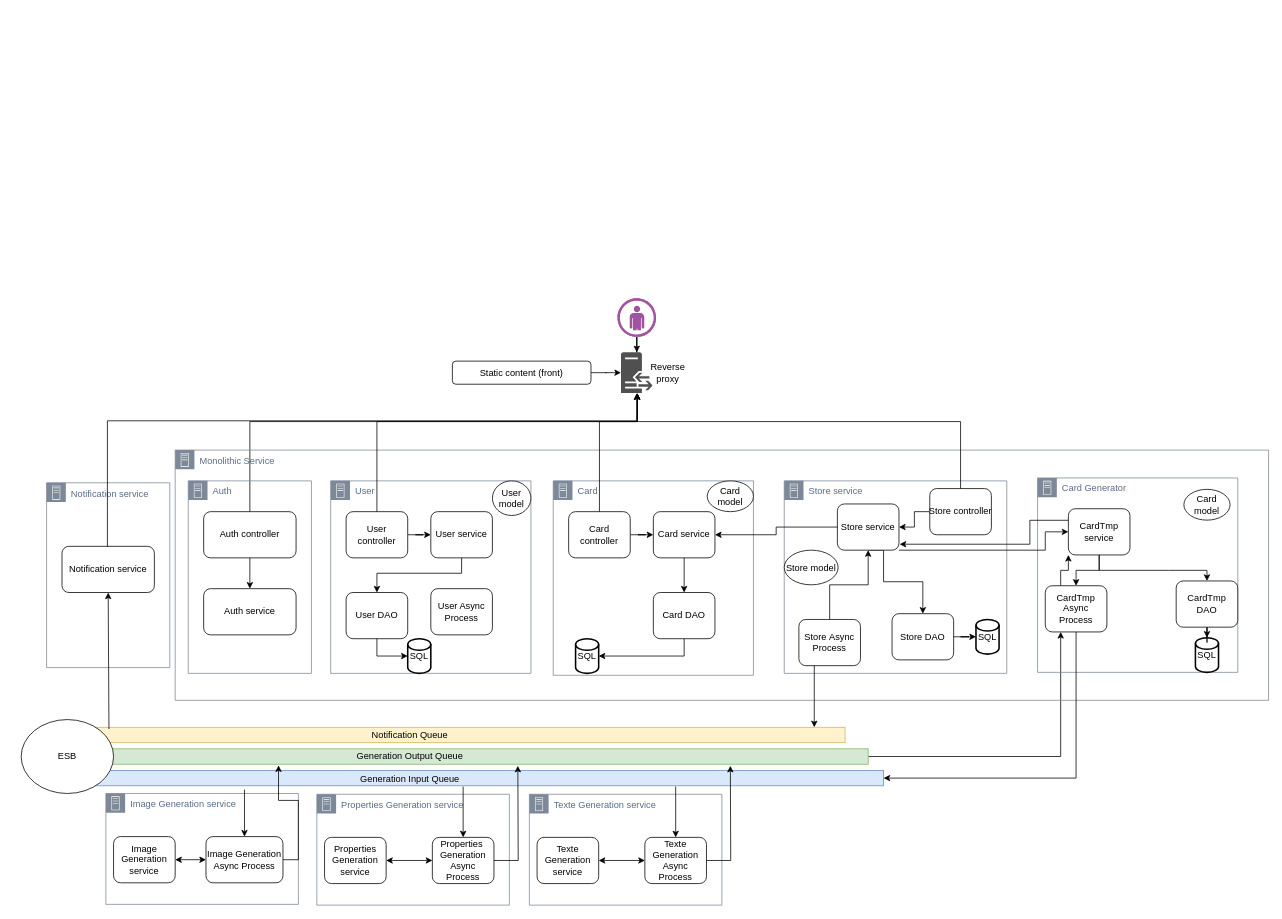
jo-pouradier/card-game-async keeps this draw.io diagram as architecture_diagram.drawio. Above is the earlier version. Source tidied: cells renumbered, new cells numbered last; positions are measured from the earlier drawing's top-left corner, leaving out a move shared by most shapes. Both pictures are drawn from the tidied source at 77%, with x=0, y=0 at pixel (21, 298).
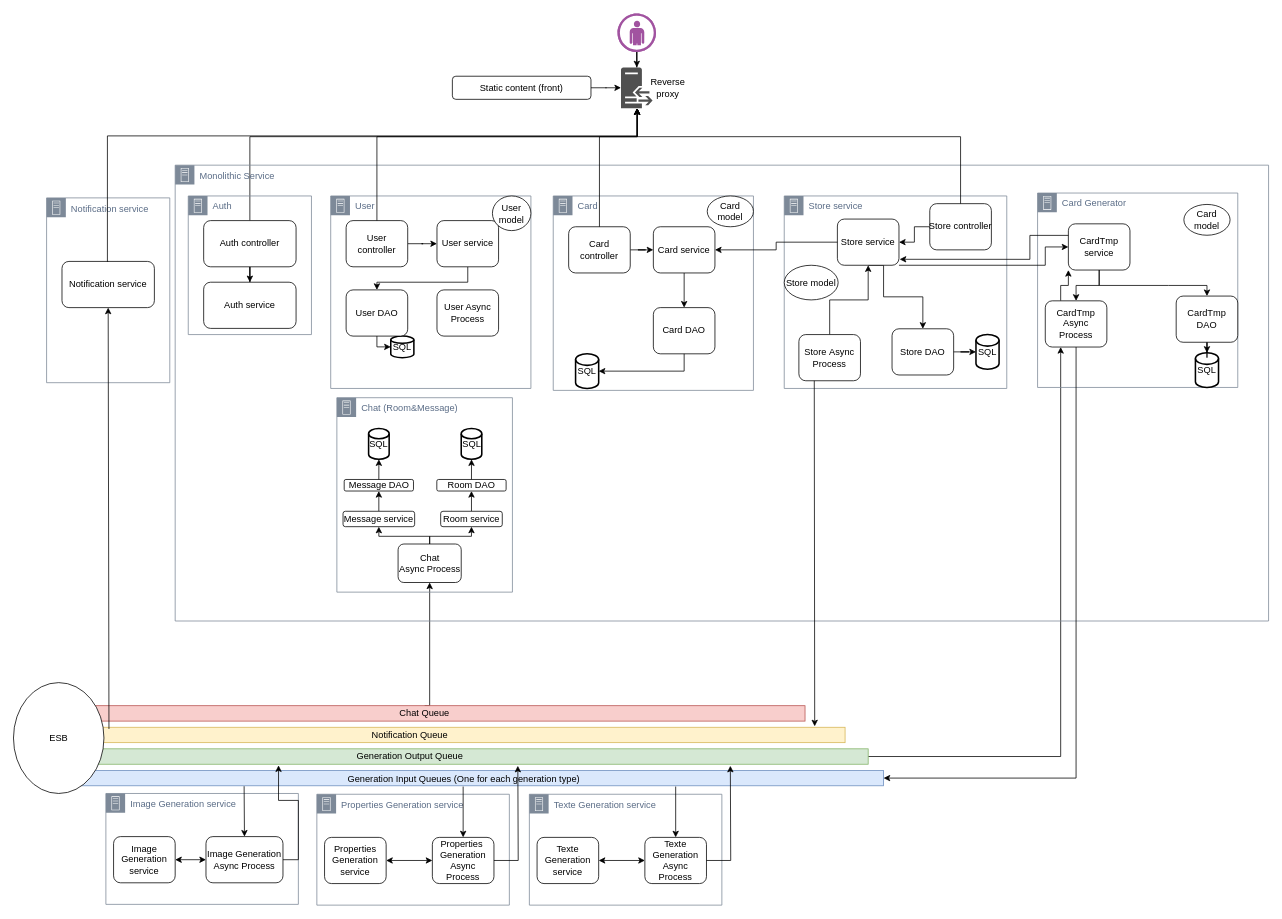
The same page after the edit.

Commit message:
update architecture diagram: add chat history service

The change refers to these unchanged cells:
```xml
<mxCell id="3" style="rounded=0;whiteSpace=wrap;html=1;fillColor=#fff2cc;strokeColor=#d6b656;" parent="1" vertex="1">
  <mxGeometry x="32" y="557" width="1038" height="20" as="geometry" />
</mxCell>
<mxCell id="6" style="rounded=0;whiteSpace=wrap;html=1;fillColor=#dae8fc;strokeColor=#6c8ebf;" parent="1" vertex="1">
  <mxGeometry x="33" y="613" width="1087" height="20" as="geometry" />
</mxCell>
<mxCell id="11" value="Notification service" style="rounded=1;whiteSpace=wrap;html=1;" parent="10" vertex="1">
  <mxGeometry x="20" y="82.5" width="120" height="60" as="geometry" />
</mxCell>
<mxCell id="16" value="Image&amp;nbsp;Generation Async Process" style="rounded=1;whiteSpace=wrap;html=1;" parent="14" vertex="1">
  <mxGeometry x="130" y="56" width="100" height="60" as="geometry" />
</mxCell>
<mxCell id="25" value="User" style="gradientColor=none;html=1;whiteSpace=wrap;fontSize=12;fontStyle=0;shape=mxgraph.aws4.group;grIcon=mxgraph.aws4.group_on_premise;strokeColor=#7D8998;fillColor=none;verticalAlign=top;align=left;spacingLeft=30;fontColor=#5A6C86;dashed=0;" parent="20" vertex="1">
  <mxGeometry x="202" y="40" width="260" height="250" as="geometry" />
</mxCell>
<mxCell id="37" value="Card controller" style="rounded=1;whiteSpace=wrap;html=1;" parent="35" vertex="1">
  <mxGeometry x="20" y="40" width="80" height="60" as="geometry" />
</mxCell>
<mxCell id="46" value="Store&amp;nbsp;controller" style="rounded=1;whiteSpace=wrap;html=1;" parent="44" vertex="1">
  <mxGeometry x="189" y="10" width="80" height="60" as="geometry" />
</mxCell>
<mxCell id="50" value="Store&amp;nbsp;Async Process" style="rounded=1;whiteSpace=wrap;html=1;" parent="44" vertex="1">
  <mxGeometry x="19" y="180" width="80" height="60" as="geometry" />
</mxCell>
```

What changed in the source:
```diff
@@
+    <mxCell id="92" style="edgeStyle=orthogonalEdgeStyle;rounded=0;jettySize=auto;html=1;exitX=0.5;exitY=0;exitDx=0;exitDy=0;entryX=0.5;entryY=1;entryDx=0;entryDy=0;" parent="1" edge="1" source="93" target="102">
+      <mxGeometry relative="1" as="geometry">
+        <Array as="points">
+          <mxPoint x="530" y="529" />
+          <mxPoint x="530" y="369" />
+        </Array>
+      </mxGeometry>
+    </mxCell>
+    <mxCell id="93" value="Chat Queue" style="rounded=0;whiteSpace=wrap;html=1;fillColor=#f8cecc;strokeColor=#b85450;" parent="1" vertex="1">
+      <mxGeometry x="30" y="529" width="988" height="20" as="geometry" />
+    </mxCell>
     <mxCell id="2" style="edgeStyle=orthogonalEdgeStyle;rounded=0;jettySize=auto;html=1;exitX=0.5;exitY=0;exitDx=0;exitDy=0;" parent="1" edge="1" source="23" target="9">
       <mxGeometry relative="1" as="geometry">
         <Array as="points">
-          <mxPoint x="297" y="160" />
-          <mxPoint x="800" y="160" />
+          <mxPoint x="297" y="-210" />
+          <mxPoint x="800" y="-210" />
         </Array>
       </mxGeometry>
     </mxCell>
@@
     <mxCell id="8" style="verticalLabelPosition=bottom;sketch=0;html=1;fillColor=#A153A0;strokeColor=#ffffff;verticalAlign=top;align=center;points=[[0,0.5,0],[0.125,0.25,0],[0.25,0,0],[0.5,0,0],[0.75,0,0],[0.875,0.25,0],[1,0.5,0],[0.875,0.75,0],[0.75,1,0],[0.5,1,0],[0.125,0.75,0]];shape=mxgraph.cisco_safe.compositeIcon;bgIcon=ellipse;resIcon=mxgraph.cisco_safe.design.user;" parent="1" vertex="1">
-      <mxGeometry x="774.5" width="50" height="50" as="geometry" />
+      <mxGeometry x="774.5" y="-370" width="50" height="50" as="geometry" />
     </mxCell>
     <mxCell id="9" style="sketch=0;shadow=0;dashed=0;html=1;strokeColor=none;fillColor=#505050;labelPosition=center;verticalLabelPosition=bottom;verticalAlign=top;outlineConnect=0;align=center;shape=mxgraph.office.servers.reverse_proxy;" parent="1" vertex="1">
-      <mxGeometry x="779" y="70" width="41" height="53" as="geometry" />
+      <mxGeometry x="779" y="-300" width="41" height="53" as="geometry" />
     </mxCell>
     <mxCell id="10" value="Notification service" style="gradientColor=none;html=1;whiteSpace=wrap;fontSize=12;fontStyle=0;shape=mxgraph.aws4.group;grIcon=mxgraph.aws4.group_on_premise;strokeColor=#7D8998;fillColor=none;verticalAlign=top;align=left;spacingLeft=30;fontColor=#5A6C86;dashed=0;" parent="1" vertex="1">
-      <mxGeometry x="33" y="239.5" width="160" height="240" as="geometry" />
+      <mxGeometry x="33" y="-130.5" width="160" height="240" as="geometry" />
     </mxCell>
@@
     <mxCell id="13" value="Static content (front)" style="rounded=1;whiteSpace=wrap;html=1;" parent="1" vertex="1">
-      <mxGeometry x="560" y="81.5" width="180" height="30" as="geometry" />
+      <mxGeometry x="560" y="-288.5" width="180" height="30" as="geometry" />
     </mxCell>
@@
+    <mxCell id="19" style="endArrow=classic;html=1;rounded=0;entryX=0.5;entryY=1;entryDx=0;entryDy=0;exitX=0.079;exitY=0.111;exitDx=0;exitDy=0;exitPerimeter=0;" parent="1" edge="1" source="3" target="11">
+      <mxGeometry relative="1" as="geometry" />
+    </mxCell>
     <mxCell id="18" value="ESB" style="ellipse;whiteSpace=wrap;html=1;fillColor=default;" parent="1" vertex="1">
-      <mxGeometry y="547" width="120" height="96" as="geometry" />
+      <mxGeometry x="-10" y="499" width="117.5" height="144" as="geometry" />
     </mxCell>
-    <mxCell id="19" style="endArrow=classic;html=1;rounded=0;entryX=0.5;entryY=1;entryDx=0;entryDy=0;exitX=0.079;exitY=0.111;exitDx=0;exitDy=0;exitPerimeter=0;" parent="1" edge="1" source="3" target="11">
-      <mxGeometry relative="1" as="geometry" />
-    </mxCell>
     <mxCell id="20" value="Monolithic Service" style="gradientColor=none;html=1;whiteSpace=wrap;fontSize=12;fontStyle=0;shape=mxgraph.aws4.group;grIcon=mxgraph.aws4.group_on_premise;strokeColor=#7D8998;fillColor=none;verticalAlign=top;align=left;spacingLeft=30;fontColor=#5A6C86;dashed=0;" parent="1" vertex="1">
-      <mxGeometry x="200" y="197" width="1420" height="325" as="geometry" />
+      <mxGeometry x="200" y="-173" width="1420" height="592" as="geometry" />
     </mxCell>
     <mxCell id="21" value="Auth" style="gradientColor=none;html=1;whiteSpace=wrap;fontSize=12;fontStyle=0;shape=mxgraph.aws4.group;grIcon=mxgraph.aws4.group_on_premise;strokeColor=#7D8998;fillColor=none;verticalAlign=top;align=left;spacingLeft=30;fontColor=#5A6C86;dashed=0;" parent="20" vertex="1">
-      <mxGeometry x="17" y="40" width="160" height="250" as="geometry" />
+      <mxGeometry x="17" y="40" width="160" height="180" as="geometry" />
     </mxCell>
@@
     <mxCell id="23" value="Auth controller" style="rounded=1;whiteSpace=wrap;html=1;" parent="21" vertex="1">
-      <mxGeometry x="20" y="40" width="120" height="60" as="geometry" />
+      <mxGeometry x="20" y="32" width="120" height="60" as="geometry" />
     </mxCell>
     <mxCell id="24" value="Auth service" style="rounded=1;whiteSpace=wrap;html=1;" parent="21" vertex="1">
-      <mxGeometry x="20" y="140" width="120" height="60" as="geometry" />
+      <mxGeometry x="20" y="112" width="120" height="60" as="geometry" />
     </mxCell>
@@
     <mxCell id="27" value="User controller" style="rounded=1;whiteSpace=wrap;html=1;" parent="25" vertex="1">
-      <mxGeometry x="20" y="40" width="80" height="60" as="geometry" />
+      <mxGeometry x="20" y="32" width="80" height="60" as="geometry" />
     </mxCell>
-    <mxCell id="28" style="edgeStyle=orthogonalEdgeStyle;rounded=0;jettySize=auto;html=1;entryX=0.5;entryY=0;entryDx=0;entryDy=0;" parent="25" edge="1" source="29" target="33">
+    <mxCell id="28" style="edgeStyle=orthogonalEdgeStyle;rounded=0;jettySize=auto;html=1;exitX=0.5;exitY=1;exitDx=0;exitDy=0;entryX=0.5;entryY=0;entryDx=0;entryDy=0;" parent="25" edge="1" source="29" target="33">
       <mxGeometry relative="1" as="geometry">
         <Array as="points">
-          <mxPoint x="170" y="120" />
-          <mxPoint x="60" y="120" />
+          <mxPoint x="178" y="112" />
+          <mxPoint x="60" y="112" />
         </Array>
       </mxGeometry>
     </mxCell>
     <mxCell id="29" value="User service" style="rounded=1;whiteSpace=wrap;html=1;" parent="25" vertex="1">
-      <mxGeometry x="130" y="40" width="80" height="60" as="geometry" />
+      <mxGeometry x="138" y="32" width="80" height="60" as="geometry" />
     </mxCell>
     <mxCell id="30" value="SQL" style="strokeWidth=2;html=1;shape=mxgraph.flowchart.database;whiteSpace=wrap;" parent="25" vertex="1">
-      <mxGeometry x="100" y="205" width="30" height="45" as="geometry" />
+      <mxGeometry x="78" y="182" width="30" height="28" as="geometry" />
     </mxCell>
     <mxCell id="31" value="User Async Process" style="rounded=1;whiteSpace=wrap;html=1;" parent="25" vertex="1">
-      <mxGeometry x="130" y="140" width="80" height="60" as="geometry" />
+      <mxGeometry x="138" y="122" width="80" height="60" as="geometry" />
     </mxCell>
@@
     <mxCell id="33" value="User DAO" style="rounded=1;whiteSpace=wrap;html=1;" parent="25" vertex="1">
-      <mxGeometry x="20" y="145" width="80" height="60" as="geometry" />
+      <mxGeometry x="20" y="122" width="80" height="60" as="geometry" />
     </mxCell>
-    <mxCell id="34" style="edgeStyle=orthogonalEdgeStyle;rounded=0;jettySize=auto;html=1;entryX=0;entryY=0.5;entryDx=0;entryDy=0;entryPerimeter=0;" parent="25" edge="1" source="33" target="30">
-      <mxGeometry relative="1" as="geometry" />
+    <mxCell id="34" style="edgeStyle=orthogonalEdgeStyle;rounded=0;jettySize=auto;html=1;exitX=0.5;exitY=1;exitDx=0;exitDy=0;entryX=0;entryY=0.5;entryDx=0;entryDy=0;entryPerimeter=0;" parent="25" edge="1" source="33" target="30">
+      <mxGeometry relative="1" as="geometry">
+        <Array as="points">
+          <mxPoint x="60" y="196" />
+        </Array>
+      </mxGeometry>
     </mxCell>
@@
+    <mxCell id="94" value="Chat (Room&amp;amp;Message)" style="gradientColor=none;html=1;whiteSpace=wrap;fontSize=12;fontStyle=0;shape=mxgraph.aws4.group;grIcon=mxgraph.aws4.group_on_premise;strokeColor=#7D8998;fillColor=none;verticalAlign=top;align=left;spacingLeft=30;fontColor=#5A6C86;dashed=0;" parent="20" vertex="1">
+      <mxGeometry x="210" y="302" width="228" height="252.5" as="geometry" />
+    </mxCell>
+    <mxCell id="95" style="edgeStyle=orthogonalEdgeStyle;rounded=0;jettySize=auto;html=1;exitX=0.5;exitY=0;exitDx=0;exitDy=0;entryX=0.5;entryY=1;entryDx=0;entryDy=0;" parent="94" edge="1" source="96" target="99">
+      <mxGeometry relative="1" as="geometry" />
+    </mxCell>
+    <mxCell id="96" value="Room service" style="rounded=1;whiteSpace=wrap;html=1;" parent="94" vertex="1">
+      <mxGeometry x="134.8" y="147.5" width="80" height="20" as="geometry" />
+    </mxCell>
+    <mxCell id="97" value="SQL" style="strokeWidth=2;html=1;shape=mxgraph.flowchart.database;whiteSpace=wrap;" parent="94" vertex="1">
+      <mxGeometry x="41.2" y="40" width="26.7" height="40" as="geometry" />
+    </mxCell>
+    <mxCell id="98" value="Message DAO" style="rounded=1;whiteSpace=wrap;html=1;" parent="94" vertex="1">
+      <mxGeometry x="9.5" y="106.2" width="90" height="15" as="geometry" />
+    </mxCell>
+    <mxCell id="99" value="Room DAO" style="rounded=1;whiteSpace=wrap;html=1;" parent="94" vertex="1">
+      <mxGeometry x="129.8" y="106.2" width="90" height="15" as="geometry" />
+    </mxCell>
+    <mxCell id="100" style="edgeStyle=orthogonalEdgeStyle;rounded=0;jettySize=auto;html=1;entryX=0.5;entryY=1;entryDx=0;entryDy=0;" parent="94" edge="1" source="102" target="104">
+      <mxGeometry relative="1" as="geometry">
+        <Array as="points">
+          <mxPoint x="120.8" y="180" />
+          <mxPoint x="54.8" y="180" />
+        </Array>
+      </mxGeometry>
+    </mxCell>
+    <mxCell id="101" style="edgeStyle=orthogonalEdgeStyle;rounded=0;jettySize=auto;html=1;exitX=0.5;exitY=0;exitDx=0;exitDy=0;entryX=0.5;entryY=1;entryDx=0;entryDy=0;" parent="94" edge="1" source="102" target="96">
+      <mxGeometry relative="1" as="geometry">
+        <Array as="points">
+          <mxPoint x="120.8" y="180" />
+          <mxPoint x="174.8" y="180" />
+        </Array>
+      </mxGeometry>
+    </mxCell>
+    <mxCell id="102" value="Chat &lt;br&gt;Async Process" style="rounded=1;whiteSpace=wrap;html=1;" parent="94" vertex="1">
+      <mxGeometry x="79.5" y="190" width="82" height="50" as="geometry" />
+    </mxCell>
+    <mxCell id="103" style="edgeStyle=orthogonalEdgeStyle;rounded=0;jettySize=auto;html=1;exitX=0.5;exitY=0;exitDx=0;exitDy=0;entryX=0.5;entryY=1;entryDx=0;entryDy=0;" parent="94" edge="1" source="104" target="98">
+      <mxGeometry relative="1" as="geometry" />
+    </mxCell>
+    <mxCell id="104" value="Message service" style="rounded=1;whiteSpace=wrap;html=1;" parent="94" vertex="1">
+      <mxGeometry x="8" y="147.5" width="93" height="20" as="geometry" />
+    </mxCell>
+    <mxCell id="105" style="edgeStyle=orthogonalEdgeStyle;rounded=0;orthogonalLoop=1;jettySize=auto;html=1;exitX=0.5;exitY=1;exitDx=0;exitDy=0;" parent="94" edge="1" source="96" target="96">
+      <mxGeometry relative="1" as="geometry" />
+    </mxCell>
+    <mxCell id="106" value="SQL" style="strokeWidth=2;html=1;shape=mxgraph.flowchart.database;whiteSpace=wrap;" parent="94" vertex="1">
+      <mxGeometry x="161.5" y="40" width="26.7" height="40" as="geometry" />
+    </mxCell>
+    <mxCell id="107" style="edgeStyle=orthogonalEdgeStyle;rounded=0;jettySize=auto;html=1;exitX=0.5;exitY=0;exitDx=0;exitDy=0;entryX=0.5;entryY=1;entryDx=0;entryDy=0;entryPerimeter=0;" parent="94" edge="1" source="98" target="97">
+      <mxGeometry relative="1" as="geometry" />
+    </mxCell>
+    <mxCell id="108" style="edgeStyle=orthogonalEdgeStyle;rounded=0;jettySize=auto;html=1;exitX=0.5;exitY=0;exitDx=0;exitDy=0;entryX=0.5;entryY=1;entryDx=0;entryDy=0;entryPerimeter=0;" parent="94" edge="1" source="99" target="106">
+      <mxGeometry relative="1" as="geometry" />
+    </mxCell>
-    <mxCell id="68" style="endArrow=classic;html=1;rounded=0;exitX=0.25;exitY=1;exitDx=0;exitDy=0;" parent="1" edge="1" source="50">
-      <mxGeometry relative="1" as="geometry">
-        <mxPoint x="1030" y="557" as="targetPoint" />
-      </mxGeometry>
+    <mxCell id="68" style="endArrow=classic;html=1;rounded=0;exitX=0.25;exitY=1;exitDx=0;exitDy=0;entryX=0.962;entryY=-0.061;entryDx=0;entryDy=0;entryPerimeter=0;" parent="1" edge="1" source="50" target="3">
+      <mxGeometry relative="1" as="geometry" />
     </mxCell>
@@
-    <mxCell id="70" style="endArrow=classic;html=1;rounded=0;entryX=0.5;entryY=0;entryDx=0;entryDy=0;" parent="1" edge="1" target="16">
-      <mxGeometry relative="1" as="geometry">
-        <mxPoint x="290" y="638" as="sourcePoint" />
-      </mxGeometry>
+    <mxCell id="70" style="endArrow=classic;html=1;rounded=0;entryX=0.5;entryY=0;entryDx=0;entryDy=0;exitX=0.236;exitY=1.029;exitDx=0;exitDy=0;exitPerimeter=0;" parent="1" edge="1" source="6" target="16">
+      <mxGeometry relative="1" as="geometry" />
     </mxCell>
@@
     <mxCell id="84" style="edgeStyle=orthogonalEdgeStyle;rounded=0;jettySize=auto;html=1;exitX=0.5;exitY=0;exitDx=0;exitDy=0;" parent="1" edge="1" source="37" target="9">
       <mxGeometry relative="1" as="geometry">
         <Array as="points">
-          <mxPoint x="751" y="160" />
-          <mxPoint x="800" y="160" />
+          <mxPoint x="751" y="-210" />
+          <mxPoint x="800" y="-210" />
         </Array>
       </mxGeometry>
     </mxCell>
     <mxCell id="85" style="edgeStyle=orthogonalEdgeStyle;rounded=0;jettySize=auto;html=1;exitX=0.5;exitY=0;exitDx=0;exitDy=0;" parent="1" edge="1" source="27" target="9">
       <mxGeometry relative="1" as="geometry">
         <Array as="points">
-          <mxPoint x="462" y="160" />
-          <mxPoint x="800" y="160" />
+          <mxPoint x="462" y="-210" />
+          <mxPoint x="800" y="-210" />
         </Array>
       </mxGeometry>
     </mxCell>
     <mxCell id="86" style="edgeStyle=orthogonalEdgeStyle;rounded=0;jettySize=auto;html=1;exitX=0.5;exitY=0;exitDx=0;exitDy=0;" parent="1" edge="1" source="46" target="9">
       <mxGeometry relative="1" as="geometry">
         <Array as="points">
-          <mxPoint x="1220" y="160" />
-          <mxPoint x="800" y="160" />
+          <mxPoint x="1220" y="-210" />
+          <mxPoint x="800" y="-210" />
         </Array>
       </mxGeometry>
     </mxCell>
@@
-    <mxCell id="89" value="Generation Input Queue" style="text;html=1;strokeColor=none;fillColor=none;align=center;verticalAlign=middle;whiteSpace=wrap;rounded=0;" parent="1" vertex="1">
-      <mxGeometry x="420" y="610" width="170" height="30" as="geometry" />
+    <mxCell id="89" value="Generation Input Queues (One for each generation type)" style="text;html=1;strokeColor=none;fillColor=none;align=center;verticalAlign=middle;whiteSpace=wrap;rounded=0;" parent="1" vertex="1">
+      <mxGeometry x="420" y="610" width="310" height="30" as="geometry" />
     </mxCell>
     <mxCell id="90" value="Reverse proxy" style="text;html=1;strokeColor=none;fillColor=none;align=center;verticalAlign=middle;whiteSpace=wrap;rounded=0;" parent="1" vertex="1">
-      <mxGeometry x="810" y="81.5" width="60" height="30" as="geometry" />
+      <mxGeometry x="810" y="-288.5" width="60" height="30" as="geometry" />
     </mxCell>
     <mxCell id="91" style="edgeStyle=orthogonalEdgeStyle;rounded=0;jettySize=auto;html=1;exitX=0.5;exitY=0;exitDx=0;exitDy=0;" parent="1" edge="1" source="11" target="9">
       <mxGeometry relative="1" as="geometry">
         <Array as="points">
-          <mxPoint x="112" y="159" />
-          <mxPoint x="800" y="159" />
+          <mxPoint x="112" y="-211" />
+          <mxPoint x="800" y="-211" />
         </Array>
       </mxGeometry>
     </mxCell>
```
